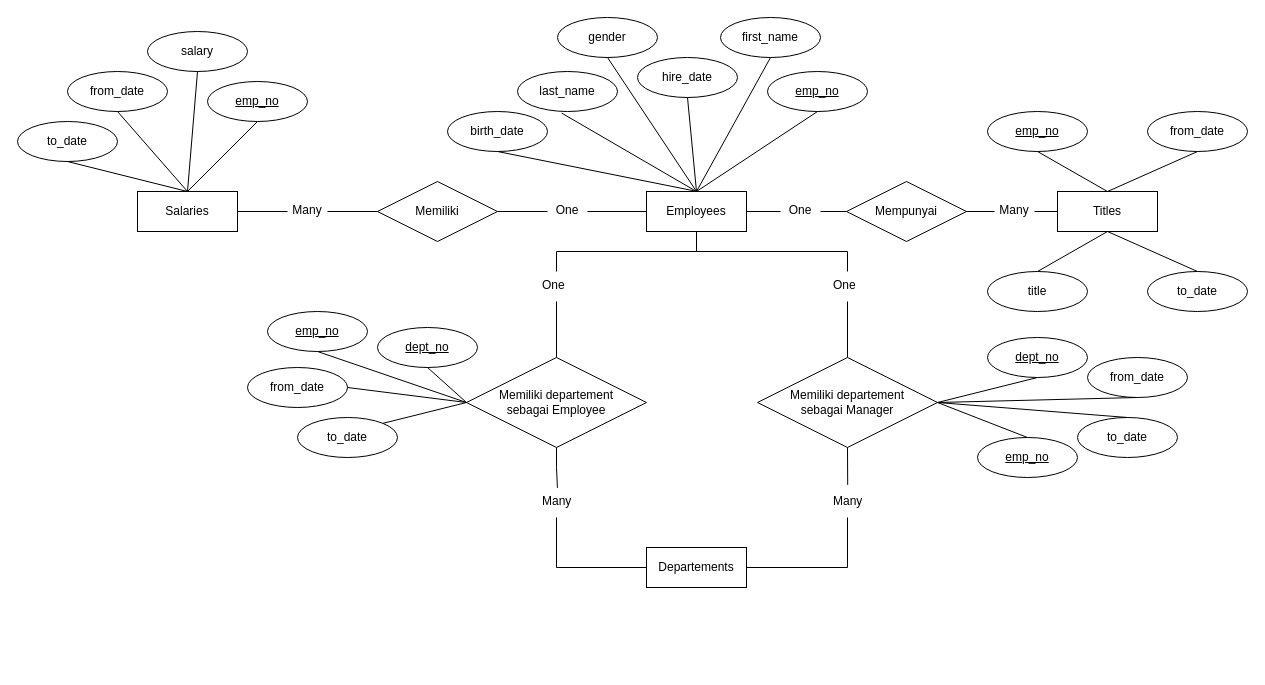
The draw.io diagram ERD1.drawio in dapzz-id/DrawIO, before the edit. Source tidied: cells renumbered, new cells numbered last; positions are measured from the earlier drawing's top-left corner, leaving out a move shared by most shapes. Both pictures are drawn from the tidied source at 100%, with x=0, y=0 at pixel (17, 17).
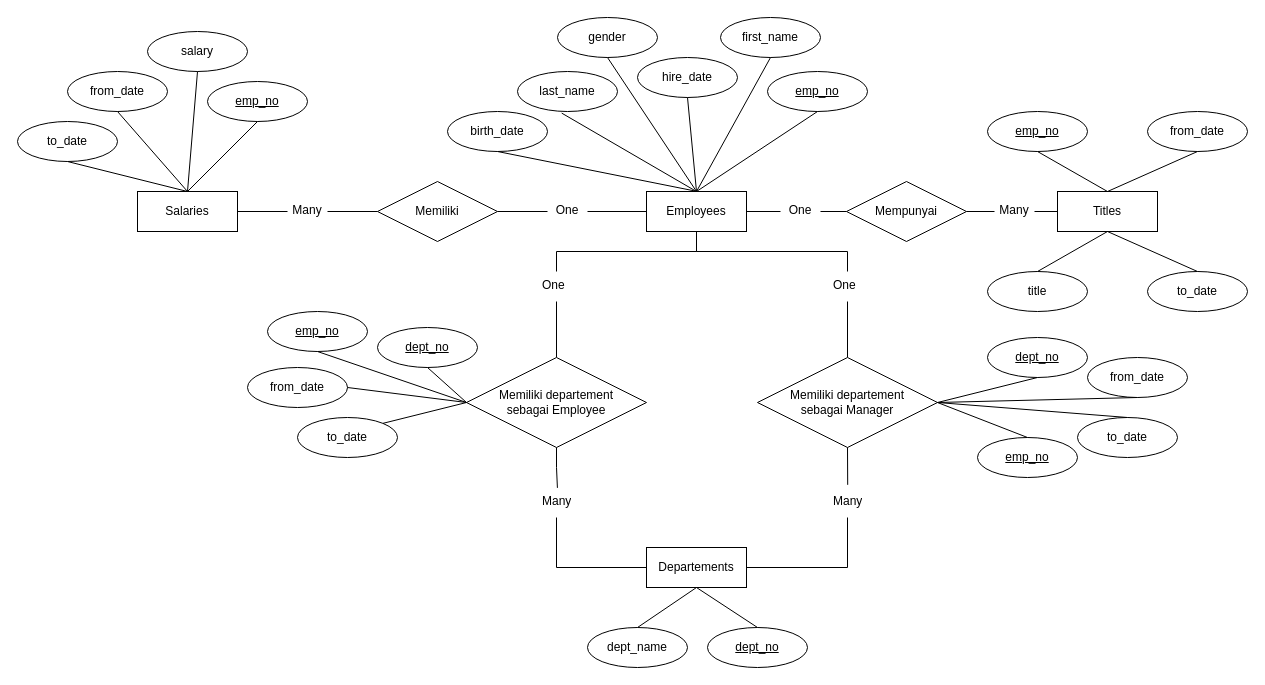
The same page after the edit.

The change refers to these unchanged cells:
```xml
<mxCell id="65" value="Departements" style="whiteSpace=wrap;html=1;align=center;" parent="1" vertex="1">
  <mxGeometry x="629" y="530" width="100" height="40" as="geometry" />
</mxCell>
```

The edit, as a diff of the source:
```diff
@@
+    <mxCell id="78" value="dept_no" style="ellipse;whiteSpace=wrap;html=1;align=center;fontStyle=4;" parent="1" vertex="1">
+      <mxGeometry x="690" y="610" width="100" height="40" as="geometry" />
+    </mxCell>
+    <mxCell id="79" style="endArrow=none;html=1;rounded=0;exitX=0.5;exitY=1;exitDx=0;exitDy=0;entryX=0.5;entryY=0;entryDx=0;entryDy=0;" parent="1" edge="1" source="65" target="78">
+      <mxGeometry relative="1" as="geometry" />
+    </mxCell>
+    <mxCell id="80" value="dept_name" style="ellipse;whiteSpace=wrap;html=1;align=center;" parent="1" vertex="1">
+      <mxGeometry x="570" y="610" width="100" height="40" as="geometry" />
+    </mxCell>
+    <mxCell id="81" style="endArrow=none;html=1;rounded=0;exitX=0.5;exitY=1;exitDx=0;exitDy=0;entryX=0.5;entryY=0;entryDx=0;entryDy=0;" parent="1" edge="1" source="65" target="80">
+      <mxGeometry relative="1" as="geometry" />
+    </mxCell>
```
